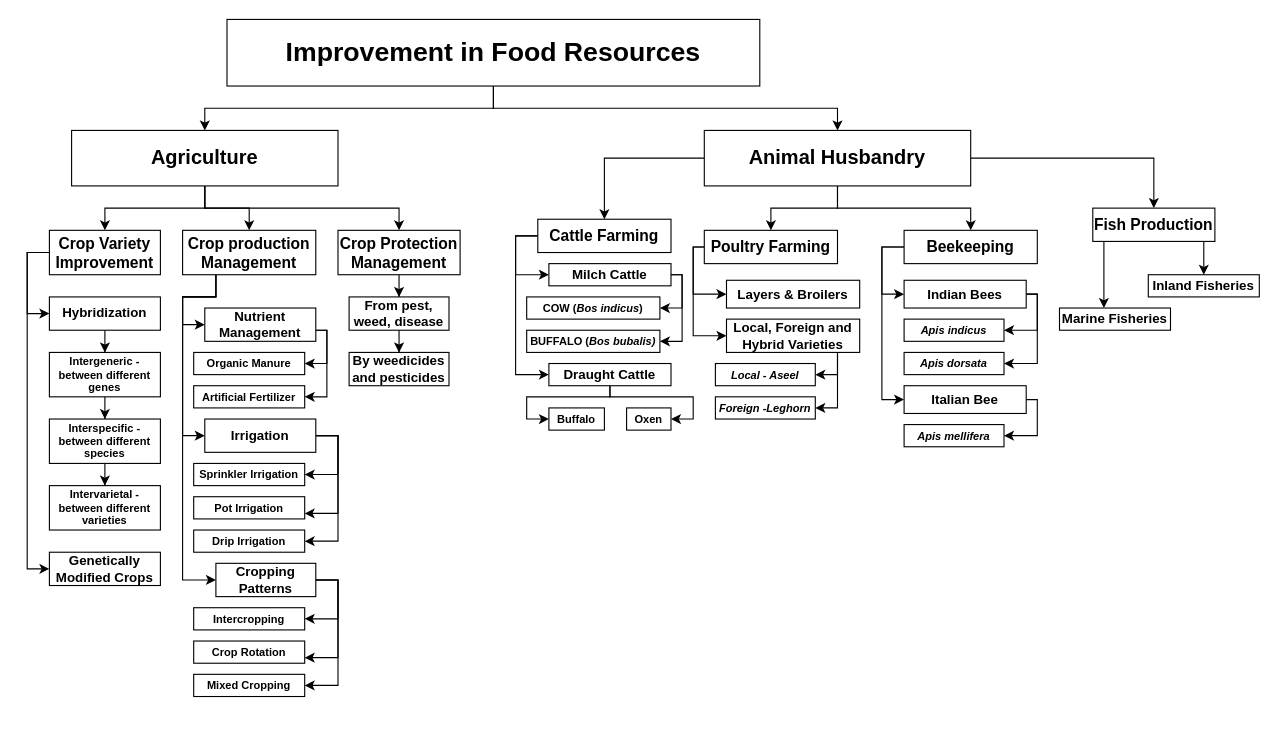
This is Untitled Diagram.drawio from JXTK/app.diagrams.net, a draw.io file, before an edit. Source tidied: cells renumbered, new cells numbered last; positions are measured from the earlier drawing's top-left corner, leaving out a move shared by most shapes. Both pictures are drawn from the tidied source at 111%, with x=0, y=0 at pixel (49, 19).
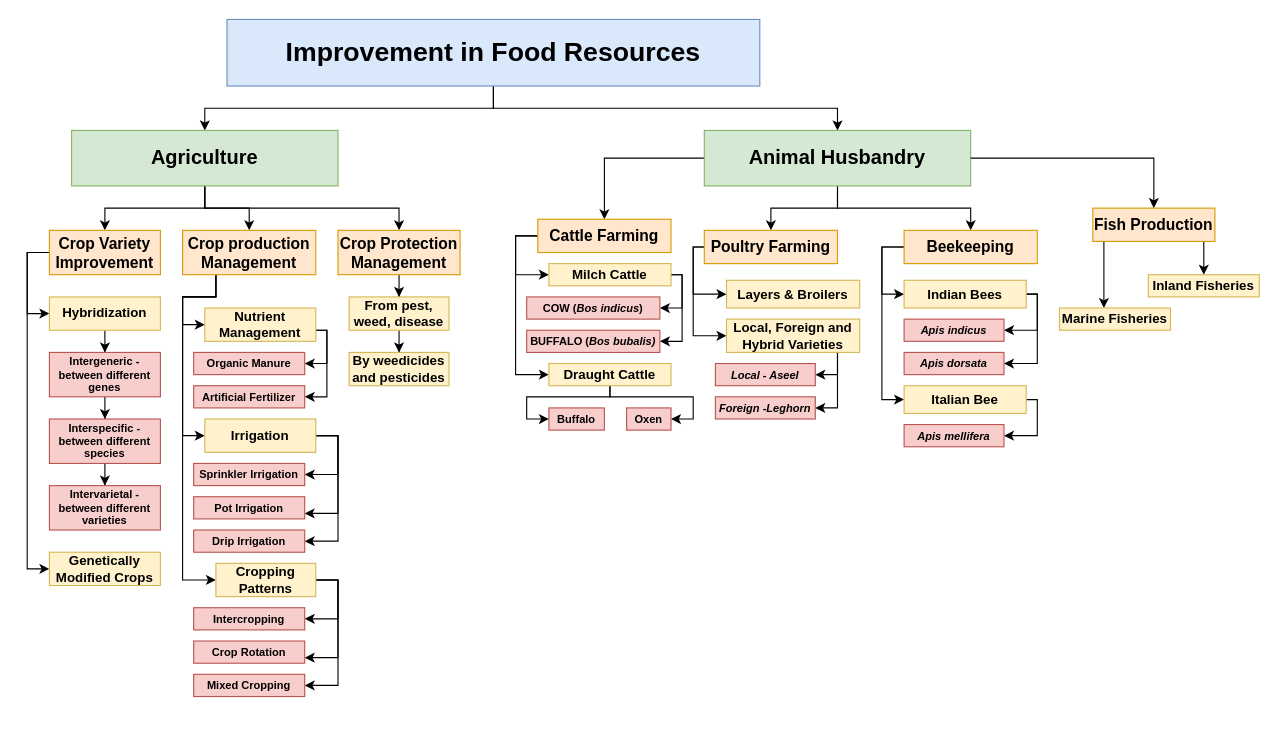
The same page after the edit.

Commit message:
Completed Diagram

The edit, as a diff of the source:
```diff
@@
-    <mxCell id="4" value="&lt;h1&gt;Improvement in Food Resources&lt;/h1&gt;" style="rounded=0;whiteSpace=wrap;html=1;" parent="1" vertex="1">
+    <mxCell id="4" value="&lt;h1&gt;Improvement in Food Resources&lt;/h1&gt;" style="rounded=0;whiteSpace=wrap;html=1;fillColor=#dae8fc;strokeColor=#6c8ebf;" parent="1" vertex="1">
       <mxGeometry x="160" width="480" height="60" as="geometry" />
     </mxCell>
@@
-    <mxCell id="8" value="&lt;h2&gt;Agriculture&lt;/h2&gt;" style="rounded=0;whiteSpace=wrap;html=1;" parent="1" vertex="1">
+    <mxCell id="8" value="&lt;h2&gt;Agriculture&lt;/h2&gt;" style="rounded=0;whiteSpace=wrap;html=1;fillColor=#d5e8d4;strokeColor=#82b366;" parent="1" vertex="1">
       <mxGeometry x="20" y="100" width="240" height="50" as="geometry" />
     </mxCell>
@@
-    <mxCell id="12" value="&lt;h2&gt;Animal Husbandry&lt;/h2&gt;" style="rounded=0;whiteSpace=wrap;html=1;" parent="1" vertex="1">
+    <mxCell id="12" value="&lt;h2&gt;Animal Husbandry&lt;/h2&gt;" style="rounded=0;whiteSpace=wrap;html=1;fillColor=#d5e8d4;strokeColor=#82b366;" parent="1" vertex="1">
       <mxGeometry x="590" y="100" width="240" height="50" as="geometry" />
     </mxCell>
@@
-    <mxCell id="15" value="&lt;h3&gt;Crop Variety Improvement&lt;/h3&gt;" style="rounded=0;whiteSpace=wrap;html=1;" parent="1" vertex="1">
+    <mxCell id="15" value="&lt;h3&gt;Crop Variety Improvement&lt;/h3&gt;" style="rounded=0;whiteSpace=wrap;html=1;fillColor=#ffe6cc;strokeColor=#d79b00;" parent="1" vertex="1">
       <mxGeometry y="190" width="100" height="40" as="geometry" />
     </mxCell>
@@
-    <mxCell id="19" value="&lt;h3&gt;Crop production Management&lt;/h3&gt;" style="rounded=0;whiteSpace=wrap;html=1;" parent="1" vertex="1">
+    <mxCell id="19" value="&lt;h3&gt;Crop production Management&lt;/h3&gt;" style="rounded=0;whiteSpace=wrap;html=1;fillColor=#ffe6cc;strokeColor=#d79b00;" parent="1" vertex="1">
       <mxGeometry x="120" y="190" width="120" height="40" as="geometry" />
     </mxCell>
@@
-    <mxCell id="21" value="&lt;h3&gt;Crop Protection Management&lt;/h3&gt;" style="rounded=0;whiteSpace=wrap;html=1;" parent="1" vertex="1">
+    <mxCell id="21" value="&lt;h3&gt;Crop Protection Management&lt;/h3&gt;" style="rounded=0;whiteSpace=wrap;html=1;fillColor=#ffe6cc;strokeColor=#d79b00;" parent="1" vertex="1">
       <mxGeometry x="260" y="190" width="110" height="40" as="geometry" />
     </mxCell>
@@
-    <mxCell id="24" value="&lt;h3&gt;Cattle Farming&lt;/h3&gt;" style="rounded=0;whiteSpace=wrap;html=1;" parent="1" vertex="1">
+    <mxCell id="24" value="&lt;h3&gt;Cattle Farming&lt;/h3&gt;" style="rounded=0;whiteSpace=wrap;html=1;fillColor=#ffe6cc;strokeColor=#d79b00;" parent="1" vertex="1">
       <mxGeometry x="440" y="180" width="120" height="30" as="geometry" />
     </mxCell>
@@
-    <mxCell id="27" value="&lt;h3&gt;Poultry Farming&lt;/h3&gt;" style="rounded=0;whiteSpace=wrap;html=1;" parent="1" vertex="1">
+    <mxCell id="27" value="&lt;h3&gt;Poultry Farming&lt;/h3&gt;" style="rounded=0;whiteSpace=wrap;html=1;fillColor=#ffe6cc;strokeColor=#d79b00;" parent="1" vertex="1">
       <mxGeometry x="590" y="190" width="120" height="30" as="geometry" />
     </mxCell>
@@
-    <mxCell id="30" value="&lt;h3&gt;Beekeeping&lt;/h3&gt;" style="rounded=0;whiteSpace=wrap;html=1;" parent="1" vertex="1">
+    <mxCell id="30" value="&lt;h3&gt;Beekeeping&lt;/h3&gt;" style="rounded=0;whiteSpace=wrap;html=1;fillColor=#ffe6cc;strokeColor=#d79b00;" parent="1" vertex="1">
       <mxGeometry x="770" y="190" width="120" height="30" as="geometry" />
     </mxCell>
@@
-    <mxCell id="33" value="&lt;h3&gt;Fish Production&lt;/h3&gt;" style="rounded=0;whiteSpace=wrap;html=1;" parent="1" vertex="1">
+    <mxCell id="33" value="&lt;h3&gt;Fish Production&lt;/h3&gt;" style="rounded=0;whiteSpace=wrap;html=1;fillColor=#ffe6cc;strokeColor=#d79b00;" parent="1" vertex="1">
       <mxGeometry x="940" y="170" width="110" height="30" as="geometry" />
     </mxCell>
@@
-    <mxCell id="36" value="&lt;h4&gt;Hybridization&lt;/h4&gt;" style="rounded=0;whiteSpace=wrap;html=1;" parent="1" vertex="1">
+    <mxCell id="36" value="&lt;h4&gt;Hybridization&lt;/h4&gt;" style="rounded=0;whiteSpace=wrap;html=1;fillColor=#fff2cc;strokeColor=#d6b656;" parent="1" vertex="1">
       <mxGeometry y="250" width="100" height="30" as="geometry" />
     </mxCell>
-    <mxCell id="37" value="&lt;h4&gt;Genetically Modified Crops&lt;/h4&gt;" style="rounded=0;whiteSpace=wrap;html=1;" parent="1" vertex="1">
+    <mxCell id="37" value="&lt;h4&gt;Genetically Modified Crops&lt;/h4&gt;" style="rounded=0;whiteSpace=wrap;html=1;fillColor=#fff2cc;strokeColor=#d6b656;" parent="1" vertex="1">
       <mxGeometry y="480" width="100" height="30" as="geometry" />
     </mxCell>
@@
-    <mxCell id="39" value="&lt;h5&gt;Intergeneric - between different genes&lt;/h5&gt;" style="rounded=0;whiteSpace=wrap;html=1;" parent="1" vertex="1">
+    <mxCell id="39" value="&lt;h5&gt;Intergeneric - between different genes&lt;/h5&gt;" style="rounded=0;whiteSpace=wrap;html=1;fillColor=#f8cecc;strokeColor=#b85450;" parent="1" vertex="1">
       <mxGeometry y="300" width="100" height="40" as="geometry" />
     </mxCell>
@@
-    <mxCell id="41" value="&lt;h5&gt;Interspecific - between different species&lt;/h5&gt;" style="rounded=0;whiteSpace=wrap;html=1;" parent="1" vertex="1">
+    <mxCell id="41" value="&lt;h5&gt;Interspecific - between different species&lt;/h5&gt;" style="rounded=0;whiteSpace=wrap;html=1;fillColor=#f8cecc;strokeColor=#b85450;" parent="1" vertex="1">
       <mxGeometry y="360" width="100" height="40" as="geometry" />
     </mxCell>
-    <mxCell id="42" value="&lt;h5&gt;Intervarietal - between different varieties&lt;/h5&gt;" style="rounded=0;whiteSpace=wrap;html=1;" parent="1" vertex="1">
+    <mxCell id="42" value="&lt;h5&gt;Intervarietal - between different varieties&lt;/h5&gt;" style="rounded=0;whiteSpace=wrap;html=1;fillColor=#f8cecc;strokeColor=#b85450;" parent="1" vertex="1">
       <mxGeometry y="420" width="100" height="40" as="geometry" />
     </mxCell>
@@
-    <mxCell id="44" value="&lt;h4&gt;From pest, weed, disease&lt;/h4&gt;" style="rounded=0;whiteSpace=wrap;html=1;" parent="1" vertex="1">
+    <mxCell id="44" value="&lt;h4&gt;From pest, weed, disease&lt;/h4&gt;" style="rounded=0;whiteSpace=wrap;html=1;fillColor=#fff2cc;strokeColor=#d6b656;" parent="1" vertex="1">
       <mxGeometry x="270" y="250" width="90" height="30" as="geometry" />
     </mxCell>
-    <mxCell id="45" value="&lt;h4&gt;By weedicides and pesticides&lt;/h4&gt;" style="rounded=0;whiteSpace=wrap;html=1;" parent="1" vertex="1">
+    <mxCell id="45" value="&lt;h4&gt;By weedicides and pesticides&lt;/h4&gt;" style="rounded=0;whiteSpace=wrap;html=1;fillColor=#fff2cc;strokeColor=#d6b656;" parent="1" vertex="1">
       <mxGeometry x="270" y="300" width="90" height="30" as="geometry" />
     </mxCell>
@@
-    <mxCell id="48" value="&lt;h4&gt;Nutrient Management&lt;/h4&gt;" style="rounded=0;whiteSpace=wrap;html=1;" parent="1" vertex="1">
+    <mxCell id="48" value="&lt;h4&gt;Nutrient Management&lt;/h4&gt;" style="rounded=0;whiteSpace=wrap;html=1;fillColor=#fff2cc;strokeColor=#d6b656;" parent="1" vertex="1">
       <mxGeometry x="140" y="260" width="100" height="30" as="geometry" />
     </mxCell>
-    <mxCell id="49" value="&lt;h5&gt;Organic Manure&lt;/h5&gt;" style="rounded=0;whiteSpace=wrap;html=1;direction=east;" parent="1" vertex="1">
+    <mxCell id="49" value="&lt;h5&gt;Organic Manure&lt;/h5&gt;" style="rounded=0;whiteSpace=wrap;html=1;direction=east;fillColor=#f8cecc;strokeColor=#b85450;" parent="1" vertex="1">
       <mxGeometry x="130" y="300" width="100" height="20" as="geometry" />
     </mxCell>
-    <mxCell id="50" value="&lt;h5&gt;Artificial Fertilizer&lt;/h5&gt;" style="rounded=0;whiteSpace=wrap;html=1;" parent="1" vertex="1">
+    <mxCell id="50" value="&lt;h5&gt;Artificial Fertilizer&lt;/h5&gt;" style="rounded=0;whiteSpace=wrap;html=1;fillColor=#f8cecc;strokeColor=#b85450;" parent="1" vertex="1">
       <mxGeometry x="130" y="330" width="100" height="20" as="geometry" />
     </mxCell>
@@
-    <mxCell id="54" value="&lt;h4&gt;Irrigation&lt;/h4&gt;" style="rounded=0;whiteSpace=wrap;html=1;" parent="1" vertex="1">
+    <mxCell id="54" value="&lt;h4&gt;Irrigation&lt;/h4&gt;" style="rounded=0;whiteSpace=wrap;html=1;fillColor=#fff2cc;strokeColor=#d6b656;" parent="1" vertex="1">
       <mxGeometry x="140" y="360" width="100" height="30" as="geometry" />
     </mxCell>
-    <mxCell id="55" value="&lt;h5&gt;Sprinkler Irrigation&lt;/h5&gt;" style="rounded=0;whiteSpace=wrap;html=1;" parent="1" vertex="1">
+    <mxCell id="55" value="&lt;h5&gt;Sprinkler Irrigation&lt;/h5&gt;" style="rounded=0;whiteSpace=wrap;html=1;fillColor=#f8cecc;strokeColor=#b85450;" parent="1" vertex="1">
       <mxGeometry x="130" y="400" width="100" height="20" as="geometry" />
     </mxCell>
-    <mxCell id="56" value="&lt;h5&gt;Pot Irrigation&lt;/h5&gt;" style="rounded=0;whiteSpace=wrap;html=1;" parent="1" vertex="1">
+    <mxCell id="56" value="&lt;h5&gt;Pot Irrigation&lt;/h5&gt;" style="rounded=0;whiteSpace=wrap;html=1;fillColor=#f8cecc;strokeColor=#b85450;" parent="1" vertex="1">
       <mxGeometry x="130" y="430" width="100" height="20" as="geometry" />
     </mxCell>
@@
-    <mxCell id="58" value="&lt;h5&gt;Drip Irrigation&lt;/h5&gt;" style="rounded=0;whiteSpace=wrap;html=1;" parent="1" vertex="1">
+    <mxCell id="58" value="&lt;h5&gt;Drip Irrigation&lt;/h5&gt;" style="rounded=0;whiteSpace=wrap;html=1;fillColor=#f8cecc;strokeColor=#b85450;" parent="1" vertex="1">
       <mxGeometry x="130" y="460" width="100" height="20" as="geometry" />
     </mxCell>
@@
-    <mxCell id="62" value="&lt;h4&gt;Cropping Patterns&lt;/h4&gt;" style="rounded=0;whiteSpace=wrap;html=1;" parent="1" vertex="1">
+    <mxCell id="62" value="&lt;h4&gt;Cropping Patterns&lt;/h4&gt;" style="rounded=0;whiteSpace=wrap;html=1;fillColor=#fff2cc;strokeColor=#d6b656;" parent="1" vertex="1">
       <mxGeometry x="150" y="490" width="90" height="30" as="geometry" />
     </mxCell>
-    <mxCell id="63" value="&lt;h5&gt;Intercropping&lt;/h5&gt;" style="rounded=0;whiteSpace=wrap;html=1;" parent="1" vertex="1">
+    <mxCell id="63" value="&lt;h5&gt;Intercropping&lt;/h5&gt;" style="rounded=0;whiteSpace=wrap;html=1;fillColor=#f8cecc;strokeColor=#b85450;" parent="1" vertex="1">
       <mxGeometry x="130" y="530" width="100" height="20" as="geometry" />
     </mxCell>
-    <mxCell id="64" value="&lt;h5&gt;Crop Rotation&lt;/h5&gt;" style="rounded=0;whiteSpace=wrap;html=1;" parent="1" vertex="1">
+    <mxCell id="64" value="&lt;h5&gt;Crop Rotation&lt;/h5&gt;" style="rounded=0;whiteSpace=wrap;html=1;fillColor=#f8cecc;strokeColor=#b85450;" parent="1" vertex="1">
       <mxGeometry x="130" y="560" width="100" height="20" as="geometry" />
     </mxCell>
-    <mxCell id="65" value="&lt;h5&gt;Mixed Cropping&lt;/h5&gt;" style="rounded=0;whiteSpace=wrap;html=1;" parent="1" vertex="1">
+    <mxCell id="65" value="&lt;h5&gt;Mixed Cropping&lt;/h5&gt;" style="rounded=0;whiteSpace=wrap;html=1;fillColor=#f8cecc;strokeColor=#b85450;" parent="1" vertex="1">
       <mxGeometry x="130" y="590" width="100" height="20" as="geometry" />
     </mxCell>
@@
-    <mxCell id="68" value="&lt;h4&gt;Milch Cattle&lt;/h4&gt;" style="rounded=0;whiteSpace=wrap;html=1;" parent="1" vertex="1">
+    <mxCell id="68" value="&lt;h4&gt;Milch Cattle&lt;/h4&gt;" style="rounded=0;whiteSpace=wrap;html=1;fillColor=#fff2cc;strokeColor=#d6b656;" parent="1" vertex="1">
       <mxGeometry x="450" y="220" width="110" height="20" as="geometry" />
     </mxCell>
@@
-    <mxCell id="71" value="&lt;h4&gt;Draught Cattle&lt;/h4&gt;" style="rounded=0;whiteSpace=wrap;html=1;" parent="1" vertex="1">
+    <mxCell id="71" value="&lt;h4&gt;Draught Cattle&lt;/h4&gt;" style="rounded=0;whiteSpace=wrap;html=1;fillColor=#fff2cc;strokeColor=#d6b656;" parent="1" vertex="1">
       <mxGeometry x="450" y="310" width="110" height="20" as="geometry" />
     </mxCell>
-    <mxCell id="72" value="&lt;h5&gt;COW (&lt;i&gt;Bos indicus&lt;/i&gt;)&lt;/h5&gt;" style="rounded=0;whiteSpace=wrap;html=1;" parent="1" vertex="1">
+    <mxCell id="72" value="&lt;h5&gt;COW (&lt;i&gt;Bos indicus&lt;/i&gt;)&lt;/h5&gt;" style="rounded=0;whiteSpace=wrap;html=1;fillColor=#f8cecc;strokeColor=#b85450;" parent="1" vertex="1">
       <mxGeometry x="430" y="250" width="120" height="20" as="geometry" />
     </mxCell>
-    <mxCell id="73" value="&lt;h5&gt;BUFFALO (&lt;i&gt;Bos bubalis)&lt;/i&gt;&lt;/h5&gt;" style="rounded=0;whiteSpace=wrap;html=1;" parent="1" vertex="1">
+    <mxCell id="73" value="&lt;h5&gt;BUFFALO (&lt;i&gt;Bos bubalis)&lt;/i&gt;&lt;/h5&gt;" style="rounded=0;whiteSpace=wrap;html=1;fillColor=#f8cecc;strokeColor=#b85450;" parent="1" vertex="1">
       <mxGeometry x="430" y="280" width="120" height="20" as="geometry" />
     </mxCell>
-    <mxCell id="74" value="&lt;h5&gt;Oxen&lt;/h5&gt;" style="rounded=0;whiteSpace=wrap;html=1;" parent="1" vertex="1">
+    <mxCell id="74" value="&lt;h5&gt;Oxen&lt;/h5&gt;" style="rounded=0;whiteSpace=wrap;html=1;fillColor=#f8cecc;strokeColor=#b85450;" parent="1" vertex="1">
       <mxGeometry x="520" y="350" width="40" height="20" as="geometry" />
     </mxCell>
-    <mxCell id="75" value="&lt;h5&gt;Buffalo&lt;/h5&gt;" style="rounded=0;whiteSpace=wrap;html=1;" parent="1" vertex="1">
+    <mxCell id="75" value="&lt;h5&gt;Buffalo&lt;/h5&gt;" style="rounded=0;whiteSpace=wrap;html=1;fillColor=#f8cecc;strokeColor=#b85450;" parent="1" vertex="1">
       <mxGeometry x="450" y="350" width="50" height="20" as="geometry" />
     </mxCell>
@@
-    <mxCell id="78" value="&lt;h4&gt;Indian Bees&lt;/h4&gt;" style="rounded=0;whiteSpace=wrap;html=1;" parent="1" vertex="1">
+    <mxCell id="78" value="&lt;h4&gt;Indian Bees&lt;/h4&gt;" style="rounded=0;whiteSpace=wrap;html=1;fillColor=#fff2cc;strokeColor=#d6b656;" parent="1" vertex="1">
       <mxGeometry x="770" y="235" width="110" height="25" as="geometry" />
     </mxCell>
@@
-    <mxCell id="80" value="&lt;h4&gt;Italian Bee&lt;/h4&gt;" style="rounded=0;whiteSpace=wrap;html=1;" parent="1" vertex="1">
+    <mxCell id="80" value="&lt;h4&gt;Italian Bee&lt;/h4&gt;" style="rounded=0;whiteSpace=wrap;html=1;fillColor=#fff2cc;strokeColor=#d6b656;" parent="1" vertex="1">
       <mxGeometry x="770" y="330" width="110" height="25" as="geometry" />
     </mxCell>
-    <mxCell id="81" value="&lt;h5&gt;&lt;i&gt;Apis indicus&lt;/i&gt;&lt;/h5&gt;" style="rounded=0;whiteSpace=wrap;html=1;" parent="1" vertex="1">
+    <mxCell id="81" value="&lt;h5&gt;&lt;i&gt;Apis indicus&lt;/i&gt;&lt;/h5&gt;" style="rounded=0;whiteSpace=wrap;html=1;fillColor=#f8cecc;strokeColor=#b85450;" parent="1" vertex="1">
       <mxGeometry x="770" y="270" width="90" height="20" as="geometry" />
     </mxCell>
-    <mxCell id="82" value="&lt;h5&gt;&lt;i&gt;Apis dorsata&lt;/i&gt;&lt;/h5&gt;" style="rounded=0;whiteSpace=wrap;html=1;" parent="1" vertex="1">
+    <mxCell id="82" value="&lt;h5&gt;&lt;i&gt;Apis dorsata&lt;/i&gt;&lt;/h5&gt;" style="rounded=0;whiteSpace=wrap;html=1;fillColor=#f8cecc;strokeColor=#b85450;" parent="1" vertex="1">
       <mxGeometry x="770" y="300" width="90" height="20" as="geometry" />
     </mxCell>
-    <mxCell id="83" value="&lt;h5&gt;&lt;i&gt;Apis mellifera&lt;/i&gt;&lt;/h5&gt;" style="rounded=0;whiteSpace=wrap;html=1;" parent="1" vertex="1">
+    <mxCell id="83" value="&lt;h5&gt;&lt;i&gt;Apis mellifera&lt;/i&gt;&lt;/h5&gt;" style="rounded=0;whiteSpace=wrap;html=1;fillColor=#f8cecc;strokeColor=#b85450;" parent="1" vertex="1">
       <mxGeometry x="770" y="365" width="90" height="20" as="geometry" />
     </mxCell>
-    <mxCell id="84" value="&lt;h4&gt;Layers &amp;amp; Broilers&lt;/h4&gt;" style="rounded=0;whiteSpace=wrap;html=1;" parent="1" vertex="1">
+    <mxCell id="84" value="&lt;h4&gt;Layers &amp;amp; Broilers&lt;/h4&gt;" style="rounded=0;whiteSpace=wrap;html=1;fillColor=#fff2cc;strokeColor=#d6b656;" parent="1" vertex="1">
       <mxGeometry x="610" y="235" width="120" height="25" as="geometry" />
     </mxCell>
@@
-    <mxCell id="87" value="&lt;h4&gt;Local, Foreign and Hybrid Varieties&lt;/h4&gt;" style="rounded=0;whiteSpace=wrap;html=1;" parent="1" vertex="1">
+    <mxCell id="87" value="&lt;h4&gt;Local, Foreign and Hybrid Varieties&lt;/h4&gt;" style="rounded=0;whiteSpace=wrap;html=1;fillColor=#fff2cc;strokeColor=#d6b656;" parent="1" vertex="1">
       <mxGeometry x="610" y="270" width="120" height="30" as="geometry" />
     </mxCell>
-    <mxCell id="88" value="&lt;h5&gt;&lt;i&gt;Local - Aseel&lt;/i&gt;&lt;/h5&gt;" style="rounded=0;whiteSpace=wrap;html=1;" parent="1" vertex="1">
+    <mxCell id="88" value="&lt;h5&gt;&lt;i&gt;Local - Aseel&lt;/i&gt;&lt;/h5&gt;" style="rounded=0;whiteSpace=wrap;html=1;fillColor=#f8cecc;strokeColor=#b85450;" parent="1" vertex="1">
       <mxGeometry x="600" y="310" width="90" height="20" as="geometry" />
     </mxCell>
-    <mxCell id="89" value="&lt;h5&gt;&lt;i&gt;Foreign -Leghorn&lt;/i&gt;&lt;/h5&gt;" style="rounded=0;whiteSpace=wrap;html=1;" parent="1" vertex="1">
+    <mxCell id="89" value="&lt;h5&gt;&lt;i&gt;Foreign -Leghorn&lt;/i&gt;&lt;/h5&gt;" style="rounded=0;whiteSpace=wrap;html=1;fillColor=#f8cecc;strokeColor=#b85450;" parent="1" vertex="1">
       <mxGeometry x="600" y="340" width="90" height="20" as="geometry" />
     </mxCell>
-    <mxCell id="90" value="&lt;h4&gt;Marine Fisheries&lt;/h4&gt;" style="rounded=0;whiteSpace=wrap;html=1;" parent="1" vertex="1">
+    <mxCell id="90" value="&lt;h4&gt;Marine Fisheries&lt;/h4&gt;" style="rounded=0;whiteSpace=wrap;html=1;fillColor=#fff2cc;strokeColor=#d6b656;" parent="1" vertex="1">
       <mxGeometry x="910" y="260" width="100" height="20" as="geometry" />
     </mxCell>
-    <mxCell id="91" value="&lt;h4&gt;Inland Fisheries&lt;/h4&gt;" style="rounded=0;whiteSpace=wrap;html=1;" parent="1" vertex="1">
+    <mxCell id="91" value="&lt;h4&gt;Inland Fisheries&lt;/h4&gt;" style="rounded=0;whiteSpace=wrap;html=1;fillColor=#fff2cc;strokeColor=#d6b656;" parent="1" vertex="1">
       <mxGeometry x="990" y="230" width="100" height="20" as="geometry" />
     </mxCell>
```
